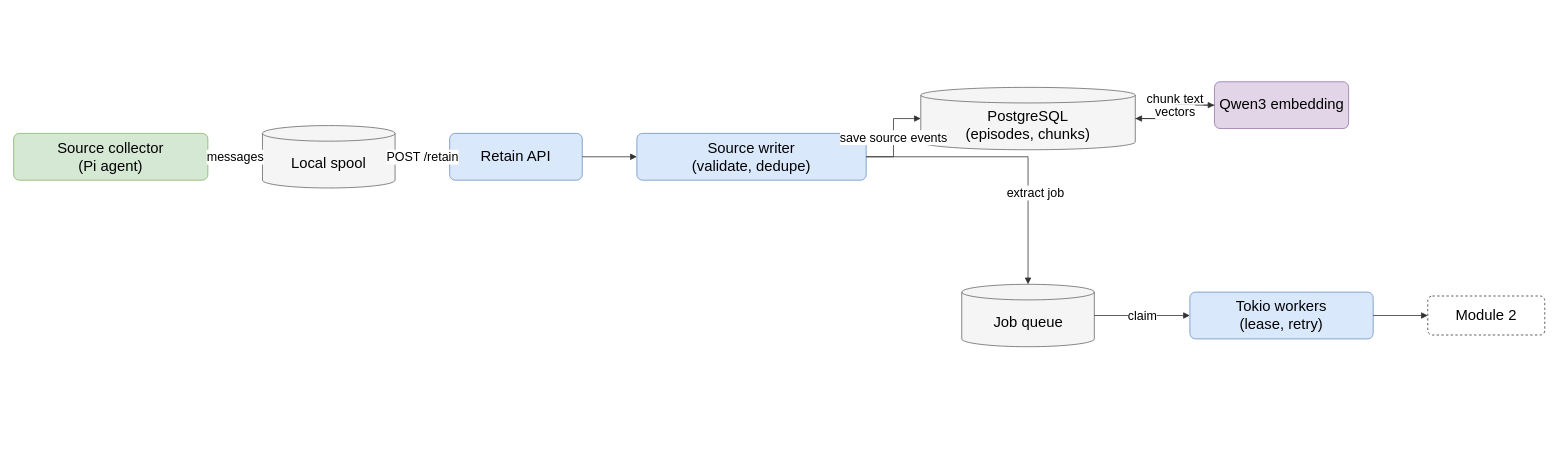
The draw.io diagram report/diagrams/slides/module-1-source-acquisition.drawio in aryaniyaps/sdp-2026, before the edit. Source tidied: cells renumbered, new cells numbered last; positions are measured from the earlier drawing's top-left corner, leaving out a move shared by most shapes. Both pictures are drawn from the tidied source at 78%, with x=0, y=0 at pixel (13, 81).
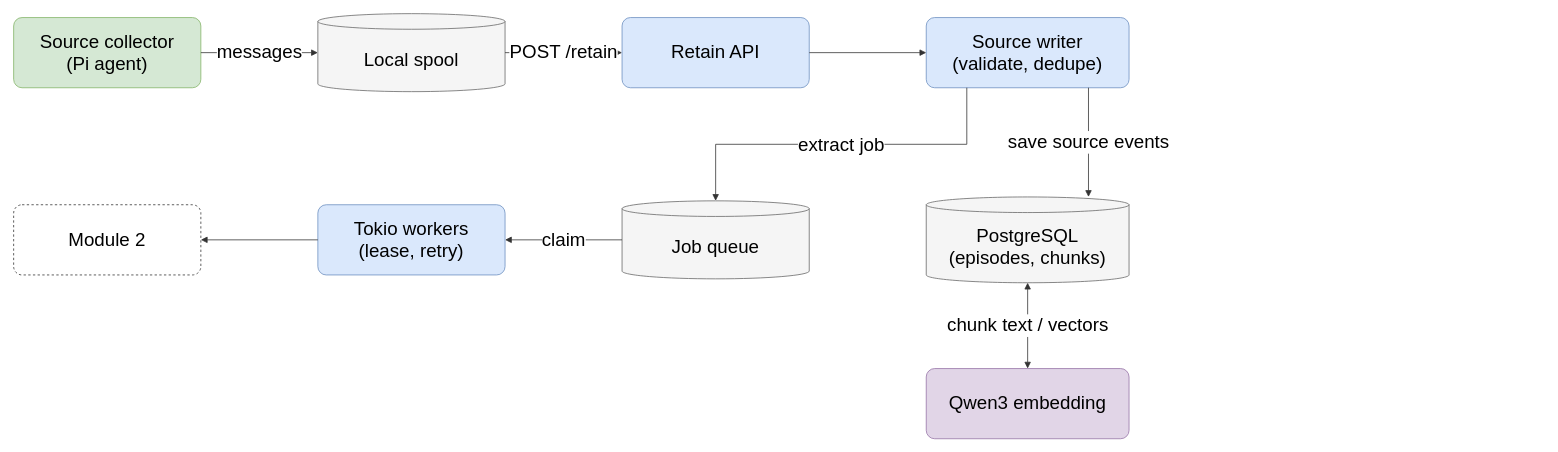
After the change.

Change to the diagram source:
```diff
@@
-<mxGraphModel>
+<mxGraphModel background="#ffffff">
@@
-    <mxCell id="2" value="Source collector&lt;br&gt;(Pi agent)" style="rounded=1;arcSize=12;fillColor=#d5e8d4;strokeColor=#82b366;fontSize=19;fontFamily=Helvetica;whiteSpace=wrap;html=1;" parent="1" vertex="1">
-      <mxGeometry y="66.5" width="249" height="60" as="geometry" />
+    <mxCell id="2" value="Source collector&lt;br&gt;(Pi agent)" style="rounded=1;arcSize=12;fillColor=#d5e8d4;strokeColor=#82b366;fontSize=24;fontFamily=Helvetica;whiteSpace=wrap;html=1;" parent="1" vertex="1">
+      <mxGeometry y="-82" width="240" height="90" as="geometry" />
     </mxCell>
-    <mxCell id="3" value="Local spool" style="shape=cylinder3;boundedLbl=1;backgroundOutline=1;size=10;fillColor=#f5f5f5;strokeColor=#666666;fontSize=19;fontFamily=Helvetica;whiteSpace=wrap;html=1;" parent="1" vertex="1">
-      <mxGeometry x="319" y="56.5" width="170" height="80" as="geometry" />
+    <mxCell id="3" value="Local spool" style="shape=cylinder3;boundedLbl=1;backgroundOutline=1;size=10;fillColor=#f5f5f5;strokeColor=#666666;fontSize=24;fontFamily=Helvetica;whiteSpace=wrap;html=1;" parent="1" vertex="1">
+      <mxGeometry x="390" y="-87" width="240" height="100" as="geometry" />
     </mxCell>
-    <mxCell id="4" value="Retain API" style="rounded=1;arcSize=12;fillColor=#dae8fc;strokeColor=#6c8ebf;fontSize=19;fontFamily=Helvetica;whiteSpace=wrap;html=1;" parent="1" vertex="1">
-      <mxGeometry x="559" y="66.5" width="170" height="60" as="geometry" />
+    <mxCell id="4" value="Retain API" style="rounded=1;arcSize=12;fillColor=#dae8fc;strokeColor=#6c8ebf;fontSize=24;fontFamily=Helvetica;whiteSpace=wrap;html=1;" parent="1" vertex="1">
+      <mxGeometry x="780" y="-82" width="240" height="90" as="geometry" />
     </mxCell>
-    <mxCell id="5" value="Source writer&lt;br&gt;(validate, dedupe)" style="rounded=1;arcSize=12;fillColor=#dae8fc;strokeColor=#6c8ebf;fontSize=19;fontFamily=Helvetica;whiteSpace=wrap;html=1;" parent="1" vertex="1">
-      <mxGeometry x="799" y="66.5" width="294" height="60" as="geometry" />
+    <mxCell id="5" value="Source writer&lt;br&gt;(validate, dedupe)" style="rounded=1;arcSize=12;fillColor=#dae8fc;strokeColor=#6c8ebf;fontSize=24;fontFamily=Helvetica;whiteSpace=wrap;html=1;" parent="1" vertex="1">
+      <mxGeometry x="1170" y="-82" width="260" height="90" as="geometry" />
     </mxCell>
-    <mxCell id="6" value="PostgreSQL&lt;br&gt;(episodes, chunks)" style="shape=cylinder3;boundedLbl=1;backgroundOutline=1;size=10;fillColor=#f5f5f5;strokeColor=#666666;fontSize=19;fontFamily=Helvetica;whiteSpace=wrap;html=1;" parent="1" vertex="1">
-      <mxGeometry x="1163" y="7.5" width="275" height="80" as="geometry" />
+    <mxCell id="6" value="PostgreSQL&lt;br&gt;(episodes, chunks)" style="shape=cylinder3;boundedLbl=1;backgroundOutline=1;size=10;fillColor=#f5f5f5;strokeColor=#666666;fontSize=24;fontFamily=Helvetica;whiteSpace=wrap;html=1;" parent="1" vertex="1">
+      <mxGeometry x="1170" y="148" width="260" height="110" as="geometry" />
     </mxCell>
+    <mxCell id="8" value="Qwen3 embedding" style="rounded=1;arcSize=12;fillColor=#e1d5e7;strokeColor=#9673a6;fontSize=24;fontFamily=Helvetica;whiteSpace=wrap;html=1;" parent="1" vertex="1">
+      <mxGeometry x="1170" y="368" width="260" height="90" as="geometry" />
+    </mxCell>
-    <mxCell id="7" value="Job queue" style="shape=cylinder3;boundedLbl=1;backgroundOutline=1;size=10;fillColor=#f5f5f5;strokeColor=#666666;fontSize=19;fontFamily=Helvetica;whiteSpace=wrap;html=1;" parent="1" vertex="1">
-      <mxGeometry x="1215.5" y="260" width="170" height="80" as="geometry" />
+    <mxCell id="7" value="Job queue" style="shape=cylinder3;boundedLbl=1;backgroundOutline=1;size=10;fillColor=#f5f5f5;strokeColor=#666666;fontSize=24;fontFamily=Helvetica;whiteSpace=wrap;html=1;" parent="1" vertex="1">
+      <mxGeometry x="780" y="153" width="240" height="100" as="geometry" />
     </mxCell>
-    <mxCell id="8" value="Qwen3 embedding" style="rounded=1;arcSize=12;fillColor=#e1d5e7;strokeColor=#9673a6;fontSize=19;fontFamily=Helvetica;whiteSpace=wrap;html=1;" parent="1" vertex="1">
-      <mxGeometry x="1539.5" y="0.3" width="172" height="60" as="geometry" />
-    </mxCell>
-    <mxCell id="9" value="Tokio workers&lt;br&gt;(lease, retry)" style="rounded=1;arcSize=12;fillColor=#dae8fc;strokeColor=#6c8ebf;fontSize=19;fontFamily=Helvetica;whiteSpace=wrap;html=1;" parent="1" vertex="1">
-      <mxGeometry x="1508" y="270" width="235" height="60" as="geometry" />
+    <mxCell id="9" value="Tokio workers&lt;br&gt;(lease, retry)" style="rounded=1;arcSize=12;fillColor=#dae8fc;strokeColor=#6c8ebf;fontSize=24;fontFamily=Helvetica;whiteSpace=wrap;html=1;" parent="1" vertex="1">
+      <mxGeometry x="390" y="158" width="240" height="90" as="geometry" />
     </mxCell>
-    <mxCell id="10" value="Module 2" style="rounded=1;arcSize=12;dashed=1;fillColor=#ffffff;strokeColor=#333333;fontSize=19;fontFamily=Helvetica;whiteSpace=wrap;html=1;" parent="1" vertex="1">
-      <mxGeometry x="1813" y="275" width="150" height="50" as="geometry" />
+    <mxCell id="10" value="Module 2" style="rounded=1;arcSize=12;dashed=1;fillColor=#ffffff;strokeColor=#333333;fontSize=24;fontFamily=Helvetica;whiteSpace=wrap;html=1;" parent="1" vertex="1">
+      <mxGeometry y="158" width="240" height="90" as="geometry" />
     </mxCell>
-    <mxCell id="11" value="messages" style="rounded=0;html=1;endArrow=block;endFill=1;strokeColor=#333333;fontSize=16;labelBackgroundColor=#ffffff;edgeStyle=orthogonalEdgeStyle;" parent="1" edge="1" source="2" target="3">
+    <mxCell id="11" value="messages" style="rounded=0;html=1;endArrow=block;endFill=1;strokeColor=#333333;fontSize=24;labelBackgroundColor=#ffffff;edgeStyle=orthogonalEdgeStyle;" parent="1" edge="1" source="2" target="3">
       <mxGeometry relative="1" as="geometry" />
     </mxCell>
-    <mxCell id="12" value="POST /retain" style="rounded=0;html=1;endArrow=block;endFill=1;strokeColor=#333333;fontSize=16;labelBackgroundColor=#ffffff;edgeStyle=orthogonalEdgeStyle;" parent="1" edge="1" source="3" target="4">
+    <mxCell id="12" value="POST /retain" style="rounded=0;html=1;endArrow=block;endFill=1;strokeColor=#333333;fontSize=24;labelBackgroundColor=#ffffff;edgeStyle=orthogonalEdgeStyle;" parent="1" edge="1" source="3" target="4">
       <mxGeometry relative="1" as="geometry" />
     </mxCell>
-    <mxCell id="13" style="rounded=0;html=1;endArrow=block;endFill=1;strokeColor=#333333;fontSize=16;labelBackgroundColor=#ffffff;edgeStyle=orthogonalEdgeStyle;" parent="1" edge="1" source="4" target="5">
+    <mxCell id="13" style="rounded=0;html=1;endArrow=block;endFill=1;strokeColor=#333333;fontSize=24;labelBackgroundColor=#ffffff;edgeStyle=orthogonalEdgeStyle;" parent="1" edge="1" source="4" target="5">
       <mxGeometry relative="1" as="geometry" />
     </mxCell>
-    <mxCell id="14" value="save source events" style="rounded=0;html=1;endArrow=block;endFill=1;strokeColor=#333333;fontSize=16;labelBackgroundColor=#ffffff;edgeStyle=orthogonalEdgeStyle;" parent="1" edge="1" source="5" target="6">
+    <mxCell id="14" value="save source events" style="rounded=0;html=1;endArrow=block;endFill=1;strokeColor=#333333;fontSize=24;labelBackgroundColor=#ffffff;edgeStyle=orthogonalEdgeStyle;exitX=0.8;exitY=1;entryX=0.8;entryY=0;" parent="1" edge="1" source="5" target="6">
       <mxGeometry relative="1" as="geometry" />
     </mxCell>
-    <mxCell id="15" value="extract job" style="rounded=0;html=1;endArrow=block;endFill=1;strokeColor=#333333;fontSize=16;labelBackgroundColor=#ffffff;edgeStyle=orthogonalEdgeStyle;" parent="1" edge="1" source="5" target="7">
-      <mxGeometry relative="1" as="geometry">
-        <mxPoint x="30.8" y="46.5" as="offset" />
-      </mxGeometry>
+    <mxCell id="15" value="extract job" style="rounded=0;html=1;endArrow=block;endFill=1;strokeColor=#333333;fontSize=24;labelBackgroundColor=#ffffff;edgeStyle=orthogonalEdgeStyle;exitX=0.2;exitY=1;entryX=0.5;entryY=0;" parent="1" edge="1" source="5" target="7">
+      <mxGeometry relative="1" as="geometry" />
     </mxCell>
-    <mxCell id="16" value="chunk text" style="rounded=0;html=1;endArrow=block;endFill=1;strokeColor=#333333;fontSize=16;labelBackgroundColor=#ffffff;edgeStyle=orthogonalEdgeStyle;" parent="1" edge="1" source="6" target="8">
-      <mxGeometry relative="1" as="geometry">
-        <mxPoint y="-17.2" as="offset" />
-      </mxGeometry>
+    <mxCell id="16" value="chunk text / vectors" style="rounded=0;html=1;endArrow=block;endFill=1;strokeColor=#333333;fontSize=24;labelBackgroundColor=#ffffff;edgeStyle=orthogonalEdgeStyle;startArrow=block;startFill=1;" parent="1" edge="1" source="6" target="8">
+      <mxGeometry relative="1" as="geometry" />
     </mxCell>
-    <mxCell id="17" value="vectors" style="rounded=0;html=1;endArrow=block;endFill=1;strokeColor=#333333;fontSize=16;labelBackgroundColor=#ffffff;edgeStyle=orthogonalEdgeStyle;" parent="1" edge="1" source="8" target="6">
-      <mxGeometry relative="1" as="geometry" />
-    </mxCell>
-    <mxCell id="18" value="claim" style="rounded=0;html=1;endArrow=block;endFill=1;strokeColor=#333333;fontSize=16;labelBackgroundColor=#ffffff;edgeStyle=orthogonalEdgeStyle;" parent="1" edge="1" source="7" target="9">
+    <mxCell id="18" value="claim" style="rounded=0;html=1;endArrow=block;endFill=1;strokeColor=#333333;fontSize=24;labelBackgroundColor=#ffffff;edgeStyle=orthogonalEdgeStyle;" parent="1" edge="1" source="7" target="9">
       <mxGeometry relative="1" as="geometry" />
     </mxCell>
-    <mxCell id="19" style="rounded=0;html=1;endArrow=block;endFill=1;strokeColor=#333333;fontSize=16;labelBackgroundColor=#ffffff;edgeStyle=orthogonalEdgeStyle;" parent="1" edge="1" source="9" target="10">
+    <mxCell id="19" style="rounded=0;html=1;endArrow=block;endFill=1;strokeColor=#333333;fontSize=24;labelBackgroundColor=#ffffff;edgeStyle=orthogonalEdgeStyle;" parent="1" edge="1" source="9" target="10">
       <mxGeometry relative="1" as="geometry" />
     </mxCell>
```
